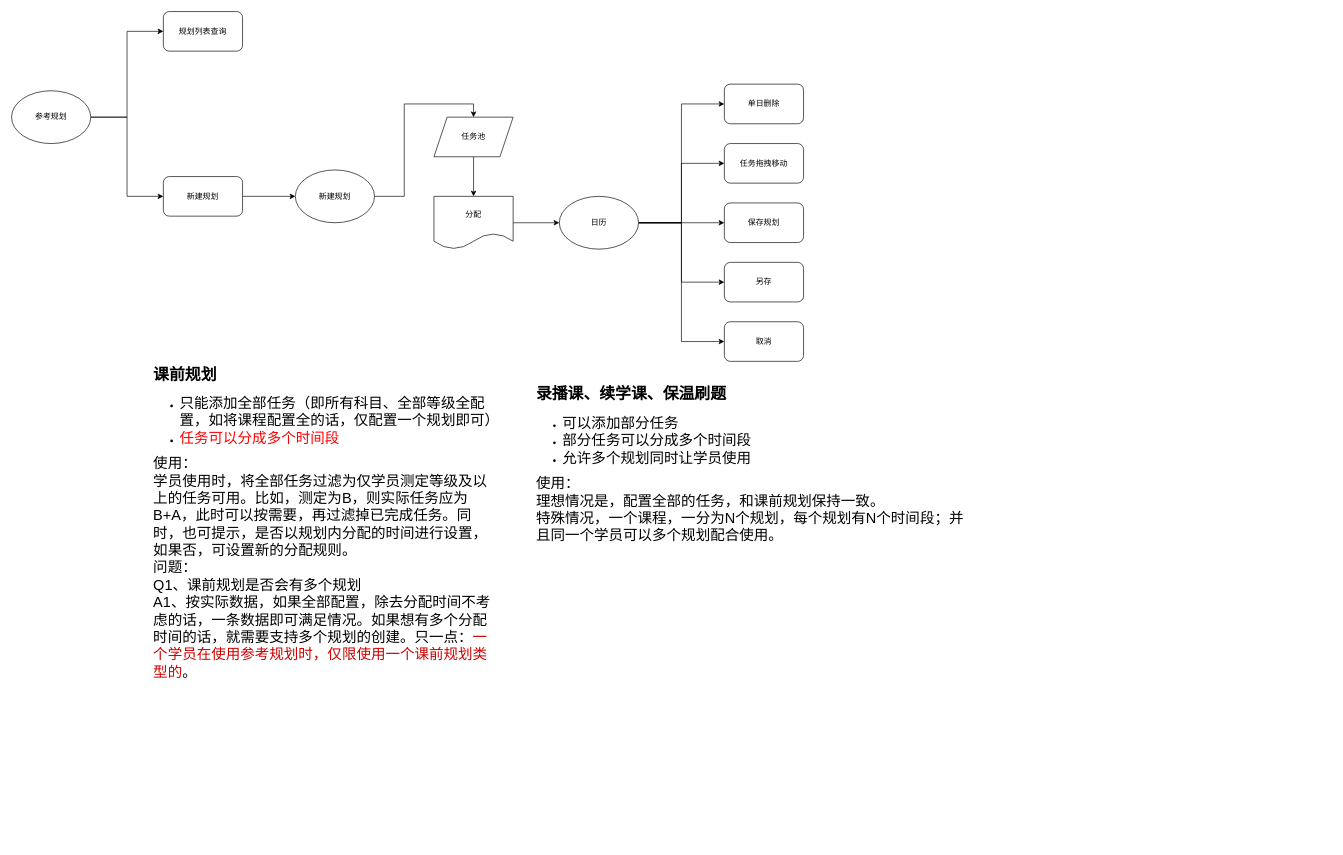
The draw.io diagram 参考规划.drawio in me-Minion/draw, before the edit. Source tidied: cells renumbered, new cells numbered last; positions are measured from the earlier drawing's top-left corner, leaving out a move shared by most shapes. Both pictures are drawn from the tidied source at 66%, with x=0, y=0 at pixel (11, 11).
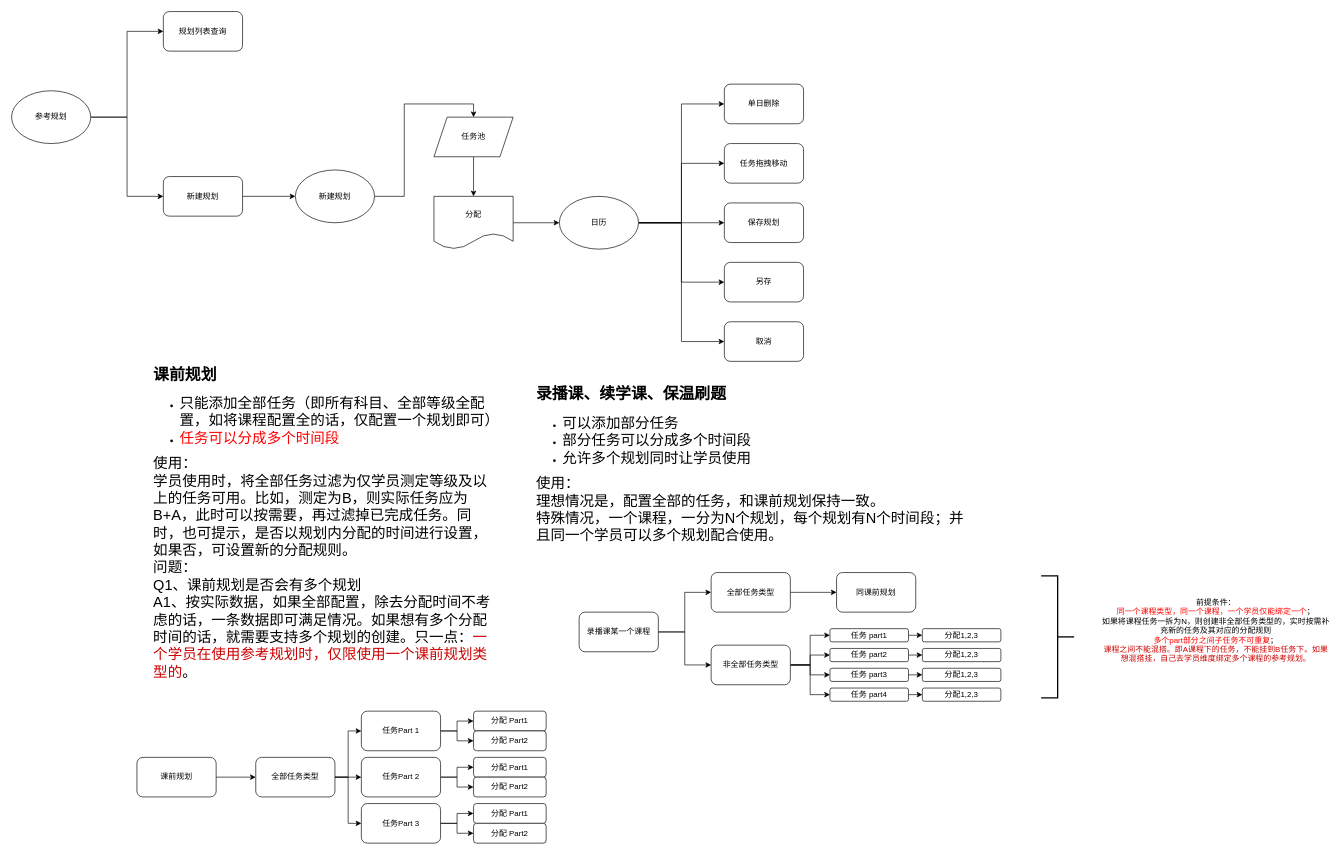
After the change.

Commit message (it also covers changes not shown here):
更新参考规划.drawio

Change to the diagram source:
```diff
@@
     <mxCell id="25" value="&lt;h1&gt;课前规划&lt;/h1&gt;&lt;ul&gt;&lt;li&gt;&lt;span style=&quot;font-size: 22px; background-color: initial;&quot;&gt;只能添加全部任务（即所有科目、全部等级全配置，如将课程配置全的话，仅配置一个规划即可）&lt;/span&gt;&lt;/li&gt;&lt;li&gt;&lt;span style=&quot;font-size: 22px; background-color: initial;&quot;&gt;&lt;font color=&quot;#ff0000&quot;&gt;任务可以分成多个时间段&lt;/font&gt;&lt;/span&gt;&lt;/li&gt;&lt;/ul&gt;&lt;div&gt;&lt;span style=&quot;font-size: 22px;&quot;&gt;使用：&lt;/span&gt;&lt;/div&gt;&lt;div&gt;&lt;span style=&quot;font-size: 22px;&quot;&gt;学员使用时，将全部任务过滤为仅学员测定等级及以上的任务可用。比如，测定为B，则实际任务应为B+A，此时可以按需要，再过滤掉已完成任务。同时，也可提示，是否以规划内分配的时间进行设置，如果否，可设置新的分配规则。&lt;/span&gt;&lt;/div&gt;&lt;div&gt;&lt;span style=&quot;font-size: 22px;&quot;&gt;问题：&lt;/span&gt;&lt;/div&gt;&lt;div&gt;&lt;span style=&quot;font-size: 22px;&quot;&gt;Q1、课前规划是否会有多个规划&lt;/span&gt;&lt;/div&gt;&lt;div&gt;&lt;span style=&quot;font-size: 22px;&quot;&gt;A1、按实际数据，如果全部配置，除去分配时间不考虑的话，一条数据即可满足情况。如果想有多个分配时间的话，就需要支持多个规划的创建。只一点：&lt;font color=&quot;#cc0000&quot;&gt;一个学员在使用参考规划时，仅限使用一个课前规划类型的&lt;/font&gt;。&lt;/span&gt;&lt;/div&gt;&lt;div&gt;&lt;span style=&quot;font-size: 22px;&quot;&gt;&lt;span style=&quot;white-space: pre;&quot;&gt;&#9;&lt;/span&gt;&lt;br&gt;&lt;/span&gt;&lt;/div&gt;" style="text;html=1;spacing=5;spacingTop=-20;whiteSpace=wrap;overflow=hidden;rounded=0;" parent="1" vertex="1">
-      <mxGeometry x="210" y="530" width="530" height="630" as="geometry" />
+      <mxGeometry x="210" y="530" width="530" height="510" as="geometry" />
     </mxCell>
@@
+    <mxCell id="27" style="edgeStyle=orthogonalEdgeStyle;rounded=0;jettySize=auto;html=1;exitX=1;exitY=0.5;exitDx=0;exitDy=0;entryX=0;entryY=0.5;entryDx=0;entryDy=0;" parent="1" edge="1" source="29" target="31">
+      <mxGeometry relative="1" as="geometry" />
+    </mxCell>
+    <mxCell id="28" style="edgeStyle=orthogonalEdgeStyle;rounded=0;jettySize=auto;html=1;exitX=1;exitY=0.5;exitDx=0;exitDy=0;entryX=0;entryY=0.5;entryDx=0;entryDy=0;" parent="1" edge="1" source="29" target="36">
+      <mxGeometry relative="1" as="geometry" />
+    </mxCell>
+    <mxCell id="29" value="录播课某一个课程" style="rounded=1;whiteSpace=wrap;html=1;" parent="1" vertex="1">
+      <mxGeometry x="860" y="910" width="120" height="60" as="geometry" />
+    </mxCell>
+    <mxCell id="30" style="edgeStyle=orthogonalEdgeStyle;rounded=0;jettySize=auto;html=1;exitX=1;exitY=0.5;exitDx=0;exitDy=0;" parent="1" edge="1" source="31" target="37">
+      <mxGeometry relative="1" as="geometry" />
+    </mxCell>
+    <mxCell id="31" value="全部任务类型" style="rounded=1;whiteSpace=wrap;html=1;" parent="1" vertex="1">
+      <mxGeometry x="1060" y="850" width="120" height="60" as="geometry" />
+    </mxCell>
+    <mxCell id="32" style="edgeStyle=orthogonalEdgeStyle;rounded=0;jettySize=auto;html=1;exitX=1;exitY=0.5;exitDx=0;exitDy=0;entryX=0;entryY=0.5;entryDx=0;entryDy=0;" parent="1" edge="1" source="36" target="39">
+      <mxGeometry relative="1" as="geometry" />
+    </mxCell>
+    <mxCell id="33" style="edgeStyle=orthogonalEdgeStyle;rounded=0;jettySize=auto;html=1;exitX=1;exitY=0.5;exitDx=0;exitDy=0;entryX=0;entryY=0.5;entryDx=0;entryDy=0;" parent="1" edge="1" source="36" target="41">
+      <mxGeometry relative="1" as="geometry" />
+    </mxCell>
+    <mxCell id="34" style="edgeStyle=orthogonalEdgeStyle;rounded=0;jettySize=auto;html=1;exitX=1;exitY=0.5;exitDx=0;exitDy=0;entryX=0;entryY=0.5;entryDx=0;entryDy=0;" parent="1" edge="1" source="36" target="43">
+      <mxGeometry relative="1" as="geometry" />
+    </mxCell>
+    <mxCell id="35" style="edgeStyle=orthogonalEdgeStyle;rounded=0;jettySize=auto;html=1;exitX=1;exitY=0.5;exitDx=0;exitDy=0;entryX=0;entryY=0.5;entryDx=0;entryDy=0;" parent="1" edge="1" source="36" target="45">
+      <mxGeometry relative="1" as="geometry" />
+    </mxCell>
+    <mxCell id="36" value="非全部任务类型" style="rounded=1;whiteSpace=wrap;html=1;" parent="1" vertex="1">
+      <mxGeometry x="1060" y="960" width="120" height="60" as="geometry" />
+    </mxCell>
+    <mxCell id="37" value="同课前规划" style="rounded=1;whiteSpace=wrap;html=1;" parent="1" vertex="1">
+      <mxGeometry x="1250" y="850" width="120" height="60" as="geometry" />
+    </mxCell>
+    <mxCell id="38" style="edgeStyle=orthogonalEdgeStyle;rounded=0;jettySize=auto;html=1;exitX=1;exitY=0.5;exitDx=0;exitDy=0;entryX=0;entryY=0.5;entryDx=0;entryDy=0;" parent="1" edge="1" source="39" target="69">
+      <mxGeometry relative="1" as="geometry" />
+    </mxCell>
+    <mxCell id="39" value="任务 part1" style="rounded=1;whiteSpace=wrap;html=1;" parent="1" vertex="1">
+      <mxGeometry x="1240" y="935" width="119" height="20" as="geometry" />
+    </mxCell>
+    <mxCell id="40" style="edgeStyle=orthogonalEdgeStyle;rounded=0;jettySize=auto;html=1;exitX=1;exitY=0.5;exitDx=0;exitDy=0;entryX=0;entryY=0.5;entryDx=0;entryDy=0;" parent="1" edge="1" source="41" target="70">
+      <mxGeometry relative="1" as="geometry" />
+    </mxCell>
+    <mxCell id="41" value="任务 part2" style="rounded=1;whiteSpace=wrap;html=1;" parent="1" vertex="1">
+      <mxGeometry x="1240" y="965" width="119" height="20" as="geometry" />
+    </mxCell>
+    <mxCell id="42" style="edgeStyle=orthogonalEdgeStyle;rounded=0;jettySize=auto;html=1;exitX=1;exitY=0.5;exitDx=0;exitDy=0;entryX=0;entryY=0.5;entryDx=0;entryDy=0;" parent="1" edge="1" source="43" target="71">
+      <mxGeometry relative="1" as="geometry" />
+    </mxCell>
+    <mxCell id="43" value="任务 part3" style="rounded=1;whiteSpace=wrap;html=1;" parent="1" vertex="1">
+      <mxGeometry x="1240" y="995" width="119" height="20" as="geometry" />
+    </mxCell>
+    <mxCell id="44" style="edgeStyle=orthogonalEdgeStyle;rounded=0;jettySize=auto;html=1;exitX=1;exitY=0.5;exitDx=0;exitDy=0;entryX=0;entryY=0.5;entryDx=0;entryDy=0;" parent="1" edge="1" source="45" target="72">
+      <mxGeometry relative="1" as="geometry" />
+    </mxCell>
+    <mxCell id="45" value="任务 part4" style="rounded=1;whiteSpace=wrap;html=1;" parent="1" vertex="1">
+      <mxGeometry x="1240" y="1025" width="119" height="20" as="geometry" />
+    </mxCell>
+    <mxCell id="46" style="strokeWidth=2;html=1;shape=mxgraph.flowchart.annotation_2;align=left;labelPosition=right;rotation=-180;" parent="1" vertex="1">
+      <mxGeometry x="1560" y="855" width="50" height="185" as="geometry" />
+    </mxCell>
+    <mxCell id="47" value="前提条件：&lt;div&gt;&lt;font color=&quot;#ff0000&quot;&gt;同一个课程类型，同一个课程，一个学员仅能绑定一个&lt;/font&gt;；&lt;/div&gt;&lt;div&gt;如果将课程任务一拆为N，则创建非全部任务类型的，实时按需补充新的任务及其对应的分配规则&lt;/div&gt;&lt;div&gt;&lt;font color=&quot;#ff0000&quot;&gt;多个part部分之间子任务不可重复&lt;/font&gt;；&lt;/div&gt;&lt;div&gt;&lt;font color=&quot;#cc0000&quot;&gt;课程之间不能混搭。即A课程下的任务，不能挂到B任务下。如果想混搭挂，自己去学员维度绑定多个课程的参考规划。&lt;/font&gt;&lt;/div&gt;" style="text;html=1;align=center;verticalAlign=middle;whiteSpace=wrap;rounded=0;" parent="1" vertex="1">
+      <mxGeometry x="1650" y="880" width="350" height="115" as="geometry" />
+    </mxCell>
+    <mxCell id="48" style="edgeStyle=orthogonalEdgeStyle;rounded=0;jettySize=auto;html=1;exitX=1;exitY=0.5;exitDx=0;exitDy=0;entryX=0;entryY=0.5;entryDx=0;entryDy=0;" parent="1" edge="1" source="49" target="53">
+      <mxGeometry relative="1" as="geometry" />
+    </mxCell>
+    <mxCell id="49" value="课前规划" style="rounded=1;whiteSpace=wrap;html=1;" parent="1" vertex="1">
+      <mxGeometry x="190" y="1130" width="120" height="60" as="geometry" />
+    </mxCell>
+    <mxCell id="50" style="edgeStyle=orthogonalEdgeStyle;rounded=0;jettySize=auto;html=1;exitX=1;exitY=0.5;exitDx=0;exitDy=0;entryX=0;entryY=0.5;entryDx=0;entryDy=0;" parent="1" edge="1" source="53" target="56">
+      <mxGeometry relative="1" as="geometry" />
+    </mxCell>
+    <mxCell id="51" style="edgeStyle=orthogonalEdgeStyle;rounded=0;jettySize=auto;html=1;exitX=1;exitY=0.5;exitDx=0;exitDy=0;entryX=0;entryY=0.5;entryDx=0;entryDy=0;" parent="1" edge="1" source="53" target="59">
+      <mxGeometry relative="1" as="geometry" />
+    </mxCell>
+    <mxCell id="52" style="edgeStyle=orthogonalEdgeStyle;rounded=0;jettySize=auto;html=1;exitX=1;exitY=0.5;exitDx=0;exitDy=0;entryX=0;entryY=0.5;entryDx=0;entryDy=0;" parent="1" edge="1" source="53" target="62">
+      <mxGeometry relative="1" as="geometry" />
+    </mxCell>
+    <mxCell id="53" value="全部任务类型" style="rounded=1;whiteSpace=wrap;html=1;" parent="1" vertex="1">
+      <mxGeometry x="370" y="1130" width="120" height="60" as="geometry" />
+    </mxCell>
+    <mxCell id="54" style="edgeStyle=orthogonalEdgeStyle;rounded=0;jettySize=auto;html=1;exitX=1;exitY=0.5;exitDx=0;exitDy=0;entryX=0;entryY=0.5;entryDx=0;entryDy=0;" parent="1" edge="1" source="56" target="63">
+      <mxGeometry relative="1" as="geometry" />
+    </mxCell>
+    <mxCell id="55" style="edgeStyle=orthogonalEdgeStyle;rounded=0;jettySize=auto;html=1;exitX=1;exitY=0.5;exitDx=0;exitDy=0;entryX=0;entryY=0.5;entryDx=0;entryDy=0;" parent="1" edge="1" source="56" target="64">
+      <mxGeometry relative="1" as="geometry" />
+    </mxCell>
+    <mxCell id="56" value="任务Part 1" style="rounded=1;whiteSpace=wrap;html=1;" parent="1" vertex="1">
+      <mxGeometry x="530" y="1060" width="120" height="60" as="geometry" />
+    </mxCell>
+    <mxCell id="57" style="edgeStyle=orthogonalEdgeStyle;rounded=0;jettySize=auto;html=1;exitX=1;exitY=0.5;exitDx=0;exitDy=0;entryX=0;entryY=0.5;entryDx=0;entryDy=0;" parent="1" edge="1" source="59" target="65">
+      <mxGeometry relative="1" as="geometry" />
+    </mxCell>
+    <mxCell id="58" style="edgeStyle=orthogonalEdgeStyle;rounded=0;jettySize=auto;html=1;exitX=1;exitY=0.5;exitDx=0;exitDy=0;entryX=0;entryY=0.5;entryDx=0;entryDy=0;" parent="1" edge="1" source="59" target="66">
+      <mxGeometry relative="1" as="geometry" />
+    </mxCell>
+    <mxCell id="59" value="任务Part 2" style="rounded=1;whiteSpace=wrap;html=1;" parent="1" vertex="1">
+      <mxGeometry x="530" y="1130" width="120" height="60" as="geometry" />
+    </mxCell>
+    <mxCell id="60" style="edgeStyle=orthogonalEdgeStyle;rounded=0;jettySize=auto;html=1;exitX=1;exitY=0.5;exitDx=0;exitDy=0;" parent="1" edge="1" source="62" target="67">
+      <mxGeometry relative="1" as="geometry" />
+    </mxCell>
+    <mxCell id="61" style="edgeStyle=orthogonalEdgeStyle;rounded=0;jettySize=auto;html=1;exitX=1;exitY=0.5;exitDx=0;exitDy=0;" parent="1" edge="1" source="62" target="68">
+      <mxGeometry relative="1" as="geometry" />
+    </mxCell>
+    <mxCell id="62" value="任务Part 3" style="rounded=1;whiteSpace=wrap;html=1;" parent="1" vertex="1">
+      <mxGeometry x="530" y="1200" width="120" height="60" as="geometry" />
+    </mxCell>
+    <mxCell id="63" value="分配 Part1" style="rounded=1;whiteSpace=wrap;html=1;" parent="1" vertex="1">
+      <mxGeometry x="700" y="1060" width="110" height="30" as="geometry" />
+    </mxCell>
+    <mxCell id="64" value="分配 Part2" style="rounded=1;whiteSpace=wrap;html=1;" parent="1" vertex="1">
+      <mxGeometry x="700" y="1090" width="110" height="30" as="geometry" />
+    </mxCell>
+    <mxCell id="65" value="分配 Part1" style="rounded=1;whiteSpace=wrap;html=1;" parent="1" vertex="1">
+      <mxGeometry x="700" y="1130" width="110" height="30" as="geometry" />
+    </mxCell>
+    <mxCell id="66" value="分配 Part2" style="rounded=1;whiteSpace=wrap;html=1;" parent="1" vertex="1">
+      <mxGeometry x="700" y="1160" width="110" height="30" as="geometry" />
+    </mxCell>
+    <mxCell id="67" value="分配 Part1" style="rounded=1;whiteSpace=wrap;html=1;" parent="1" vertex="1">
+      <mxGeometry x="700" y="1200" width="110" height="30" as="geometry" />
+    </mxCell>
+    <mxCell id="68" value="分配 Part2" style="rounded=1;whiteSpace=wrap;html=1;" parent="1" vertex="1">
+      <mxGeometry x="700" y="1230" width="110" height="30" as="geometry" />
+    </mxCell>
+    <mxCell id="69" value="分配1,2,3" style="rounded=1;whiteSpace=wrap;html=1;" parent="1" vertex="1">
+      <mxGeometry x="1380" y="935" width="119" height="20" as="geometry" />
+    </mxCell>
+    <mxCell id="70" value="分配1,2,3" style="rounded=1;whiteSpace=wrap;html=1;" parent="1" vertex="1">
+      <mxGeometry x="1380" y="965" width="119" height="20" as="geometry" />
+    </mxCell>
+    <mxCell id="71" value="分配1,2,3" style="rounded=1;whiteSpace=wrap;html=1;" parent="1" vertex="1">
+      <mxGeometry x="1380" y="995" width="119" height="20" as="geometry" />
+    </mxCell>
+    <mxCell id="72" value="分配1,2,3" style="rounded=1;whiteSpace=wrap;html=1;" parent="1" vertex="1">
+      <mxGeometry x="1380" y="1025" width="119" height="20" as="geometry" />
+    </mxCell>
```
